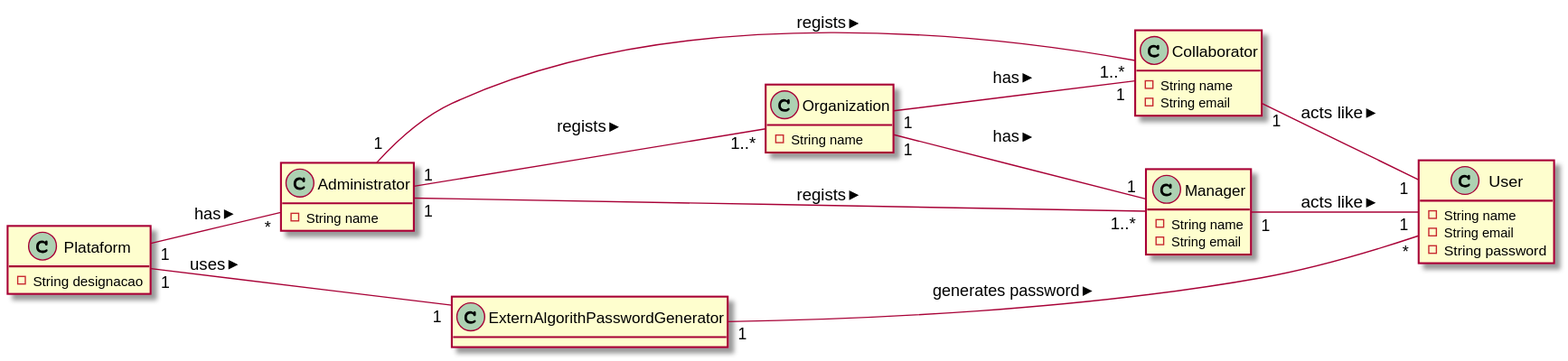
LourencoMelo/ISEP-LAPR2 keeps this PlantUML diagram as LAPR2-2020-G010-Application/docs/usecases/UC2/UC2_MD.svg. Above is the earlier version.
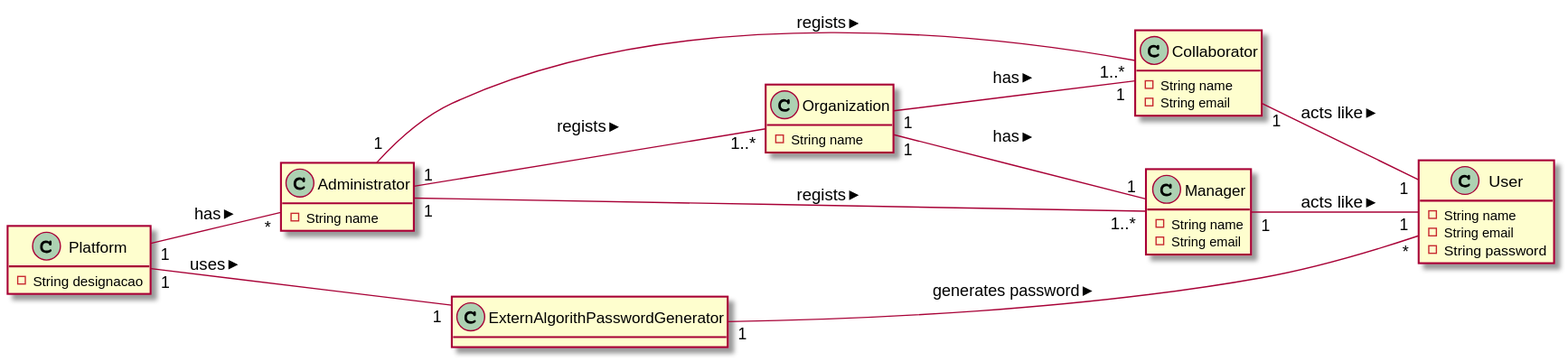
Later version of the same file.

Diff of the diagram source:
```diff
@@ -3,7 +3,7 @@
 hide methods
 left to right direction
 
-class Plataform {
+class Platform {
     - String designacao
 }
 
@@ -34,13 +34,13 @@
 
 }
 
-Plataform "1" -- "*" Administrator : has >
+Platform "1" -- "*" Administrator : has >
 Administrator "1" -- "1..*" Organization : regists >
 Administrator "1" -- "1..*" Manager : regists >
 Administrator "1" -- "1..*" Collaborator : regists >
 Manager "1" -- "1" User : acts like >
 Collaborator "1" -- "1" User : acts like >
-Plataform "1" -- "1" ExternAlgorithPasswordGenerator : uses >
+Platform "1" -- "1" ExternAlgorithPasswordGenerator : uses >
 ExternAlgorithPasswordGenerator "1" -- "*" User : generates password >
 Organization "1" -- "1" Manager : has >
 Organization "1" -- "1" Collaborator : has >
```
